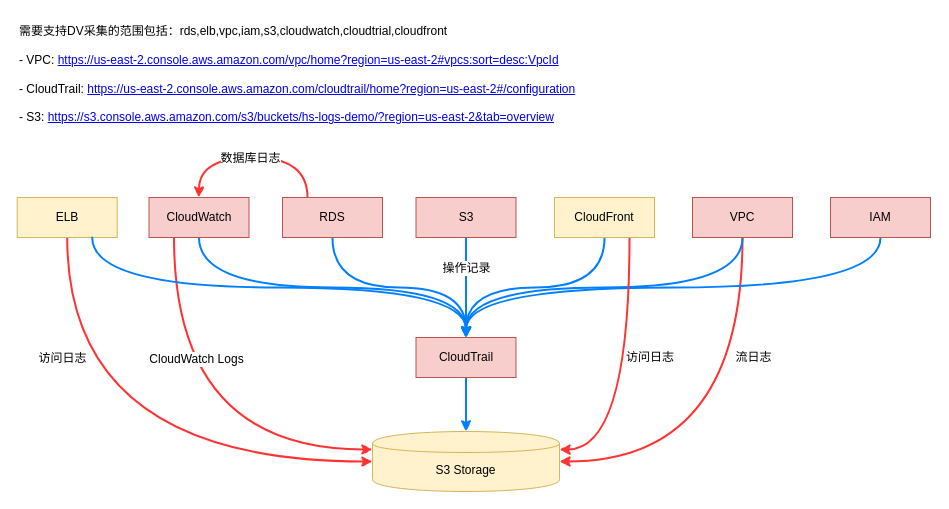
Above: AWS-service-dv.drawio in popvlovs/popvlovs-repository (draw.io), before the change. Source tidied: cells renumbered, new cells numbered last; positions are measured from the earlier drawing's top-left corner, leaving out a move shared by most shapes. Both pictures are drawn from the tidied source at 100%, with x=0, y=0 at pixel (17, 17).
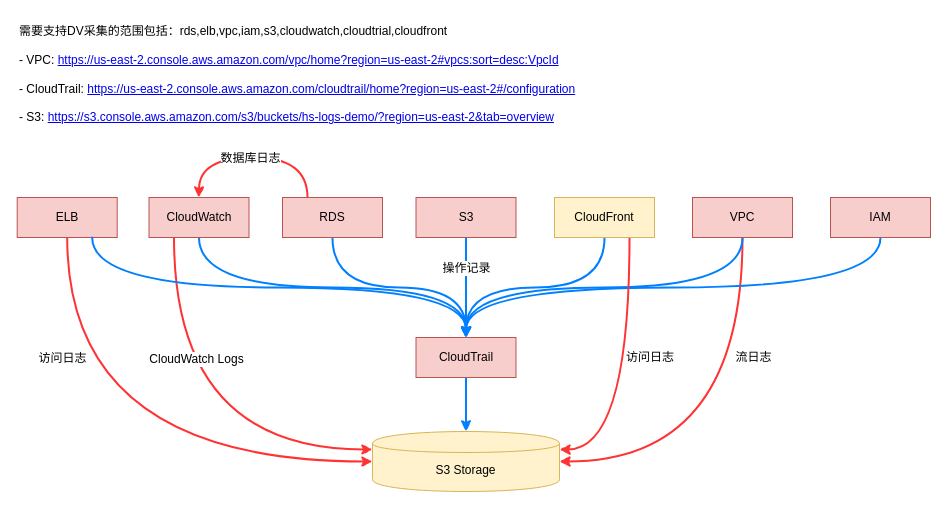
The same page after the edit.

Diff of the diagram source:
```diff
@@
-    <mxCell id="11" value="ELB" style="rounded=0;whiteSpace=wrap;html=1;fillColor=#fff2cc;strokeColor=#d6b656;" parent="1" vertex="1">
+    <mxCell id="11" value="ELB" style="rounded=0;whiteSpace=wrap;html=1;fillColor=#f8cecc;strokeColor=#b85450;" parent="1" vertex="1">
       <mxGeometry x="-0.3" y="180" width="100" height="40" as="geometry" />
     </mxCell>
```
